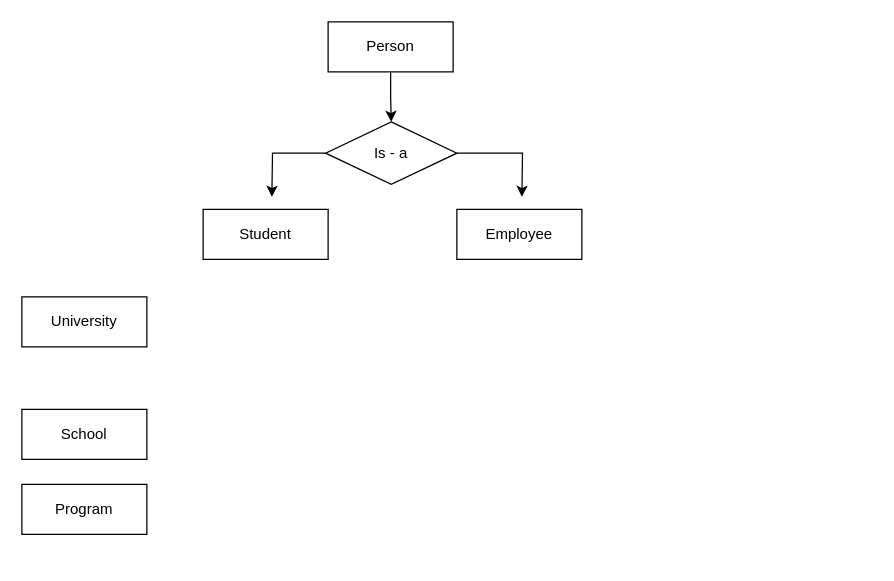
Before: lab1.drawio in rise22tz/databases, a draw.io diagram. Source tidied: cells renumbered, new cells numbered last; positions are measured from the earlier drawing's top-left corner, leaving out a move shared by most shapes. Both pictures are drawn from the tidied source at 125%, with x=0, y=0 at pixel (21, 21).
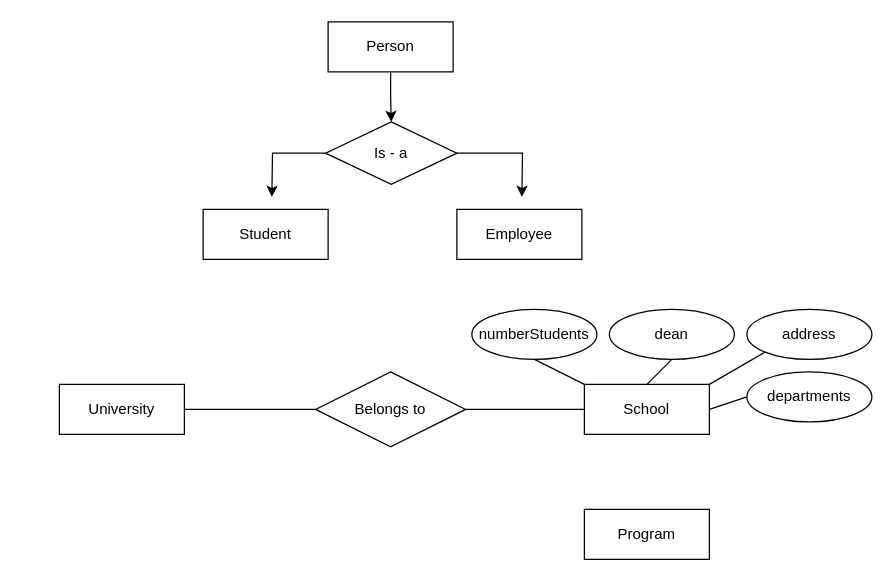
The same diagram, later.

Change to the diagram source:
```diff
@@
     <mxCell id="2" value="University" style="whiteSpace=wrap;html=1;align=center;" parent="1" vertex="1">
-      <mxGeometry y="220" width="100" height="40" as="geometry" />
+      <mxGeometry x="30" y="290" width="100" height="40" as="geometry" />
     </mxCell>
     <mxCell id="3" value="School" style="whiteSpace=wrap;html=1;align=center;" parent="1" vertex="1">
-      <mxGeometry y="310" width="100" height="40" as="geometry" />
+      <mxGeometry x="450" y="290" width="100" height="40" as="geometry" />
     </mxCell>
@@
     <mxCell id="5" value="Program" style="whiteSpace=wrap;html=1;align=center;" parent="1" vertex="1">
-      <mxGeometry y="370" width="100" height="40" as="geometry" />
+      <mxGeometry x="450" y="390" width="100" height="40" as="geometry" />
     </mxCell>
@@
+    <mxCell id="12" style="endArrow=none;html=1;rounded=0;exitX=1;exitY=0.5;exitDx=0;exitDy=0;" parent="1" edge="1" source="2" target="13">
+      <mxGeometry relative="1" as="geometry" />
+    </mxCell>
+    <mxCell id="13" value="Belongs to" style="shape=rhombus;perimeter=rhombusPerimeter;whiteSpace=wrap;html=1;align=center;" parent="1" vertex="1">
+      <mxGeometry x="235" y="280" width="120" height="60" as="geometry" />
+    </mxCell>
+    <mxCell id="14" style="endArrow=none;html=1;rounded=0;entryX=0;entryY=0.5;entryDx=0;entryDy=0;exitX=1;exitY=0.5;exitDx=0;exitDy=0;" parent="1" edge="1" source="13" target="3">
+      <mxGeometry relative="1" as="geometry" />
+    </mxCell>
+    <mxCell id="15" value="numberStudents" style="ellipse;whiteSpace=wrap;html=1;align=center;" parent="1" vertex="1">
+      <mxGeometry x="360" y="230" width="100" height="40" as="geometry" />
+    </mxCell>
+    <mxCell id="16" value="dean" style="ellipse;whiteSpace=wrap;html=1;align=center;" parent="1" vertex="1">
+      <mxGeometry x="470" y="230" width="100" height="40" as="geometry" />
+    </mxCell>
+    <mxCell id="17" value="address" style="ellipse;whiteSpace=wrap;html=1;align=center;" parent="1" vertex="1">
+      <mxGeometry x="580" y="230" width="100" height="40" as="geometry" />
+    </mxCell>
+    <mxCell id="18" value="&lt;div&gt;departments&lt;/div&gt;" style="ellipse;whiteSpace=wrap;html=1;align=center;" parent="1" vertex="1">
+      <mxGeometry x="580" y="280" width="100" height="40" as="geometry" />
+    </mxCell>
+    <mxCell id="19" style="endArrow=none;html=1;rounded=0;entryX=0.5;entryY=1;entryDx=0;entryDy=0;exitX=0;exitY=0;exitDx=0;exitDy=0;" parent="1" edge="1" source="3" target="15">
+      <mxGeometry relative="1" as="geometry" />
+    </mxCell>
+    <mxCell id="20" style="endArrow=none;html=1;rounded=0;entryX=0.5;entryY=1;entryDx=0;entryDy=0;exitX=0.5;exitY=0;exitDx=0;exitDy=0;" parent="1" edge="1" source="3" target="16">
+      <mxGeometry relative="1" as="geometry" />
+    </mxCell>
+    <mxCell id="21" style="endArrow=none;html=1;rounded=0;entryX=0;entryY=1;entryDx=0;entryDy=0;exitX=1;exitY=0;exitDx=0;exitDy=0;" parent="1" edge="1" source="3" target="17">
+      <mxGeometry relative="1" as="geometry" />
+    </mxCell>
+    <mxCell id="22" style="endArrow=none;html=1;rounded=0;entryX=0;entryY=0.5;entryDx=0;entryDy=0;exitX=1;exitY=0.5;exitDx=0;exitDy=0;" parent="1" edge="1" source="3" target="18">
+      <mxGeometry relative="1" as="geometry" />
+    </mxCell>
```
